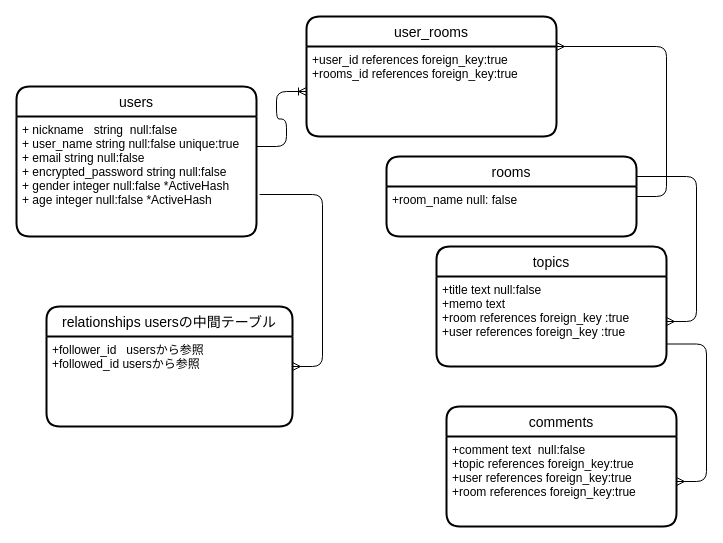
Above: ER.dio in sekimosan/shovelu (draw.io), before the change. Source tidied: cells renumbered, new cells numbered last; positions are measured from the earlier drawing's top-left corner, leaving out a move shared by most shapes. Both pictures are drawn from the tidied source at 100%, with x=0, y=0 at pixel (16, 16).
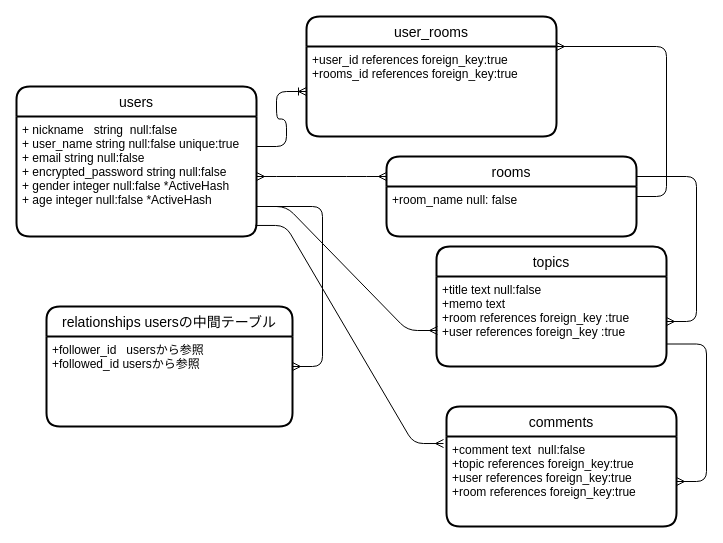
The same page after the edit.

The change refers to these unchanged cells:
```xml
<mxCell id="4" value="+ nickname   string  null:false&#10;+ user_name string null:false unique:true&#10;+ email string null:false&#10;+ encrypted_password string null:false&#10;+ gender integer null:false *ActiveHash&#10;+ age integer null:false *ActiveHash&#10;" style="align=left;strokeColor=none;fillColor=none;spacingLeft=4;fontSize=12;verticalAlign=top;" parent="2" vertex="1">
  <mxGeometry y="30" width="240" height="120" as="geometry" />
</mxCell>
<mxCell id="6" value="+title text null:false&#10;+memo text &#10;+room references foreign_key :true&#10;+user references foreign_key :true" style="align=left;strokeColor=none;fillColor=none;spacingLeft=4;fontSize=12;verticalAlign=top;" parent="5" vertex="1">
  <mxGeometry y="30" width="230" height="90" as="geometry" />
</mxCell>
<mxCell id="9" value="+comment text  null:false&#10;+topic references foreign_key:true&#10;+user references foreign_key:true&#10;+room references foreign_key:true" style="align=left;strokeColor=none;fillColor=none;spacingLeft=4;fontSize=12;verticalAlign=top;" parent="8" vertex="1">
  <mxGeometry y="30" width="230" height="90" as="geometry" />
</mxCell>
<mxCell id="15" value="rooms" style="swimlane;horizontal=1;startSize=30;rounded=1;fontSize=14;fontStyle=0;strokeWidth=2;shadow=0;dashed=0;align=center;" parent="1" vertex="1">
  <mxGeometry x="370" y="140" width="250" height="80" as="geometry" />
</mxCell>
<mxCell id="20" value="relationships usersの中間テーブル" style="swimlane;horizontal=1;startSize=30;rounded=1;fontSize=14;fontStyle=0;strokeWidth=2;shadow=0;dashed=0;align=center;" parent="1" vertex="1">
  <mxGeometry x="30" y="290" width="246" height="120" as="geometry" />
</mxCell>
```

Change to the diagram source:
```diff
@@
-    <mxCell id="12" style="edgeStyle=entityRelationEdgeStyle;fontSize=12;html=1;endArrow=ERmany;exitX=1.013;exitY=0.65;exitDx=0;exitDy=0;exitPerimeter=0;" parent="1" edge="1" source="4" target="20">
+    <mxCell id="12" style="edgeStyle=entityRelationEdgeStyle;fontSize=12;html=1;endArrow=ERmany;exitX=1;exitY=0.75;exitDx=0;exitDy=0;" parent="1" edge="1" source="4" target="20">
       <mxGeometry relative="1" as="geometry" />
     </mxCell>
@@
+    <mxCell id="22" style="edgeStyle=entityRelationEdgeStyle;fontSize=12;html=1;endArrow=ERmany;startArrow=ERmany;entryX=1;entryY=0.5;entryDx=0;entryDy=0;exitX=0;exitY=0.25;exitDx=0;exitDy=0;" parent="1" edge="1" source="15" target="4">
+      <mxGeometry relative="1" as="geometry" />
+    </mxCell>
+    <mxCell id="23" style="edgeStyle=entityRelationEdgeStyle;fontSize=12;html=1;endArrow=ERmany;exitX=1;exitY=0.75;exitDx=0;exitDy=0;entryX=0.004;entryY=0.6;entryDx=0;entryDy=0;entryPerimeter=0;" parent="1" edge="1" source="4" target="6">
+      <mxGeometry relative="1" as="geometry" />
+    </mxCell>
+    <mxCell id="24" style="edgeStyle=entityRelationEdgeStyle;fontSize=12;html=1;endArrow=ERmany;exitX=0.996;exitY=0.908;exitDx=0;exitDy=0;exitPerimeter=0;entryX=-0.013;entryY=0.078;entryDx=0;entryDy=0;entryPerimeter=0;" parent="1" edge="1" source="4" target="9">
+      <mxGeometry relative="1" as="geometry" />
+    </mxCell>
```
